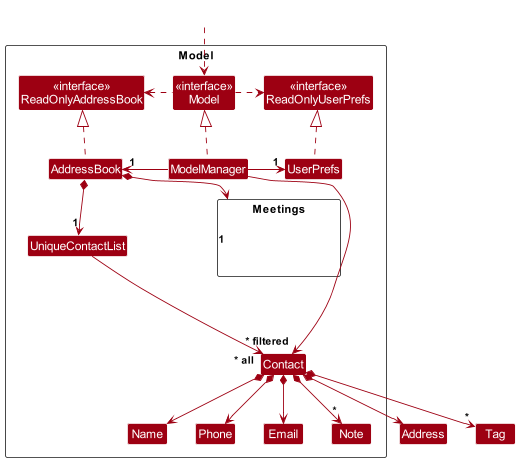
s-peiran/tp keeps this PlantUML diagram as docs/images/ModelClassDiagram.png. Above is the earlier version.
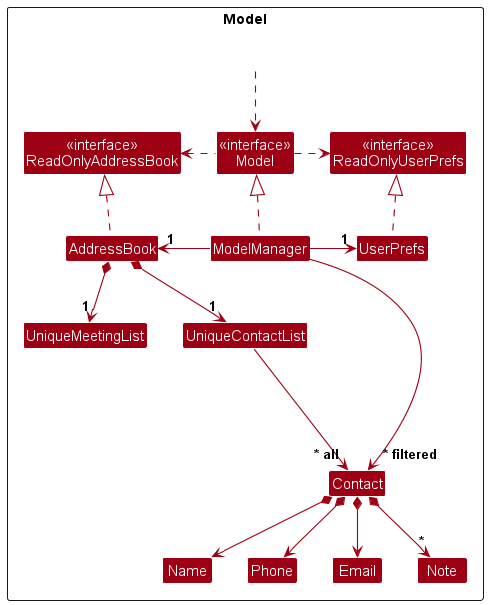
After the commit.

What changed in the source:
```diff
@@ -19,15 +19,9 @@
 Class Phone
 Class Note
 
+Class UniqueMeetingList
 
 Class I #FFFFFF
-
-package Meetings <<Rectangle>> {
-Class HiddenLogic #FFFFFF
-}
-}
-
-
 
 Class HiddenOutside #FFFFFF
 HiddenOutside ..> Model
@@ -42,21 +36,17 @@
 UserPrefs .up.|> ReadOnlyUserPrefs
 
 AddressBook *--> "1" UniqueContactList
-AddressBook *--> "1" Meetings
+AddressBook *--> "1" UniqueMeetingList
 UniqueContactList --> "~* all" Contact
 Contact *--> Name
 Contact *--> Phone
 Contact *--> Email
-Contact *--> Address
-Contact *--> "*" Tag
 Contact *--> "*" Note
 
 Contact -[hidden]up--> I
 UniqueContactList -[hidden]right-> I
 
 Name -[hidden]right-> Phone
-Phone -[hidden]right-> Address
-Address -[hidden]right-> Email
 
 ModelManager --> "~* filtered" Contact
 @enduml
```
